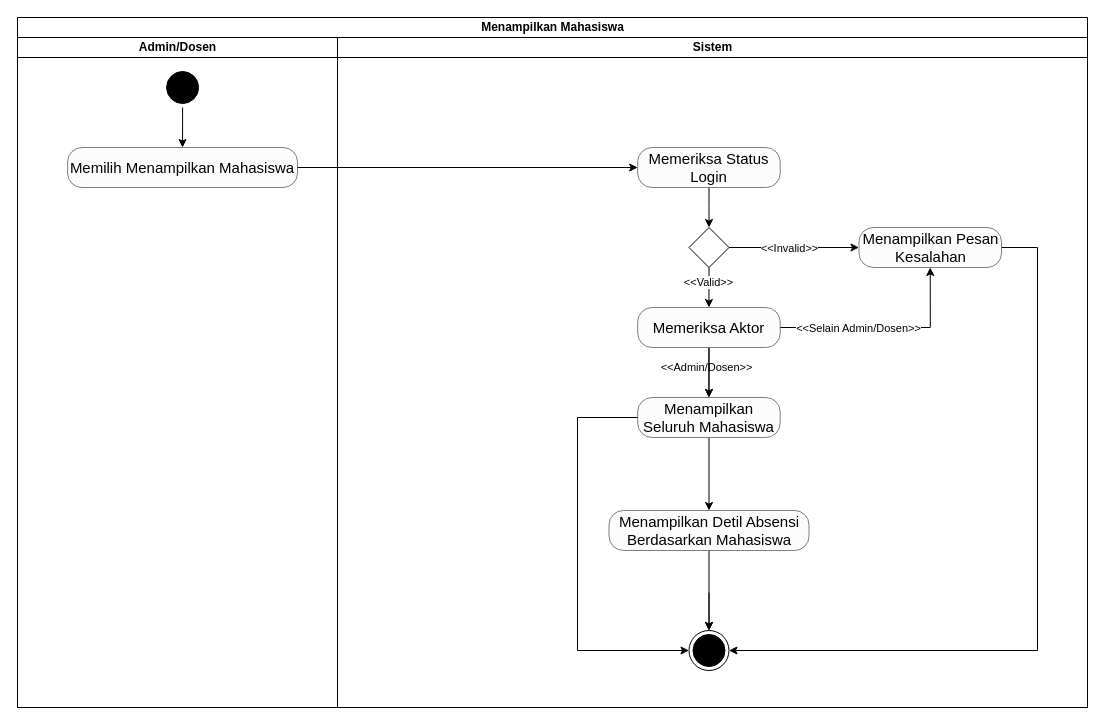
Above: page "Menampilkan Mahasiswa" (2 of 6) of activity-diagram/mengelola-mahasiswa.drawio in ziancarlos/sistem-absensi-uph (draw.io), before the change. Source tidied: cells renumbered, new cells numbered last; positions are measured from the earlier drawing's top-left corner, leaving out a move shared by most shapes. Both pictures are drawn from the tidied source at 100%, with x=0, y=0 at pixel (17, 17).
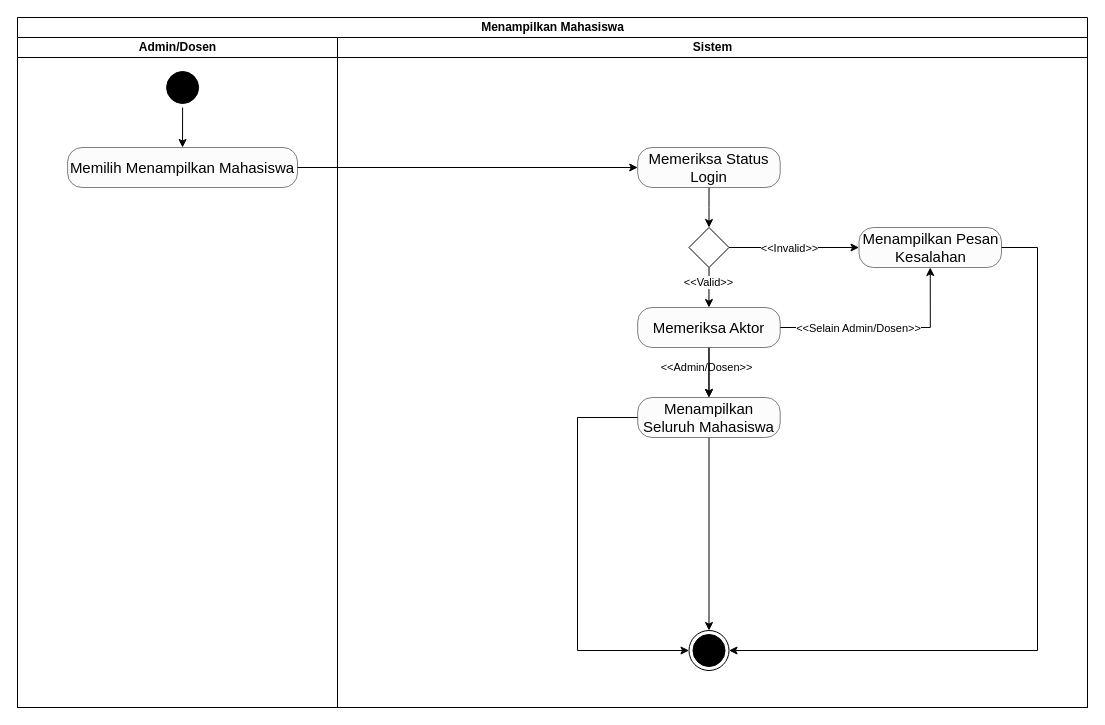
The same diagram, later.

The change refers to these unchanged cells:
```xml
<mxCell id="8" value="Sistem" style="swimlane;startSize=20;html=1;" parent="2" vertex="1">
  <mxGeometry x="320" y="20" width="750" height="670" as="geometry" />
</mxCell>
<mxCell id="25" value="Menampilkan Seluruh Mahasiswa" style="rounded=1;whiteSpace=wrap;html=1;fillColor=#FCFCFC;arcSize=36;strokeWidth=0.5;fontSize=15;" parent="8" vertex="1">
  <mxGeometry x="300.2" y="360" width="142.5" height="40" as="geometry" />
</mxCell>
<mxCell id="29" style="ellipse;html=1;shape=endState;fillColor=#000000;strokeColor=#000000;" parent="8" vertex="1">
  <mxGeometry x="351.5" y="593" width="40" height="40" as="geometry" />
</mxCell>
```

Diff of the diagram source:
```diff
@@
-    <mxCell id="24" style="edgeStyle=orthogonalEdgeStyle;rounded=0;jettySize=auto;html=1;entryX=0.5;entryY=0;entryDx=0;entryDy=0;" parent="8" edge="1" source="25" target="27">
+    <mxCell id="24" style="edgeStyle=orthogonalEdgeStyle;rounded=0;jettySize=auto;html=1;entryX=0.5;entryY=0;entryDx=0;entryDy=0;" parent="8" edge="1" source="25" target="29">
       <mxGeometry relative="1" as="geometry" />
     </mxCell>
@@
-    <mxCell id="26" style="edgeStyle=orthogonalEdgeStyle;rounded=0;jettySize=auto;html=1;" parent="8" edge="1" source="27" target="29">
-      <mxGeometry relative="1" as="geometry" />
-    </mxCell>
-    <mxCell id="27" value="Menampilkan Detil Absensi Berdasarkan Mahasiswa" style="rounded=1;whiteSpace=wrap;html=1;fillColor=#FCFCFC;arcSize=36;strokeWidth=0.5;fontSize=15;" parent="8" vertex="1">
-      <mxGeometry x="271.5" y="473" width="200" height="40" as="geometry" />
-    </mxCell>
-    <mxCell id="28" style="edgeStyle=orthogonalEdgeStyle;rounded=0;jettySize=auto;html=1;entryX=0.5;entryY=0;entryDx=0;entryDy=0;" parent="8" edge="1" target="29">
-      <mxGeometry relative="1" as="geometry">
-        <mxPoint x="371.5" y="555" as="sourcePoint" />
-      </mxGeometry>
-    </mxCell>
```
